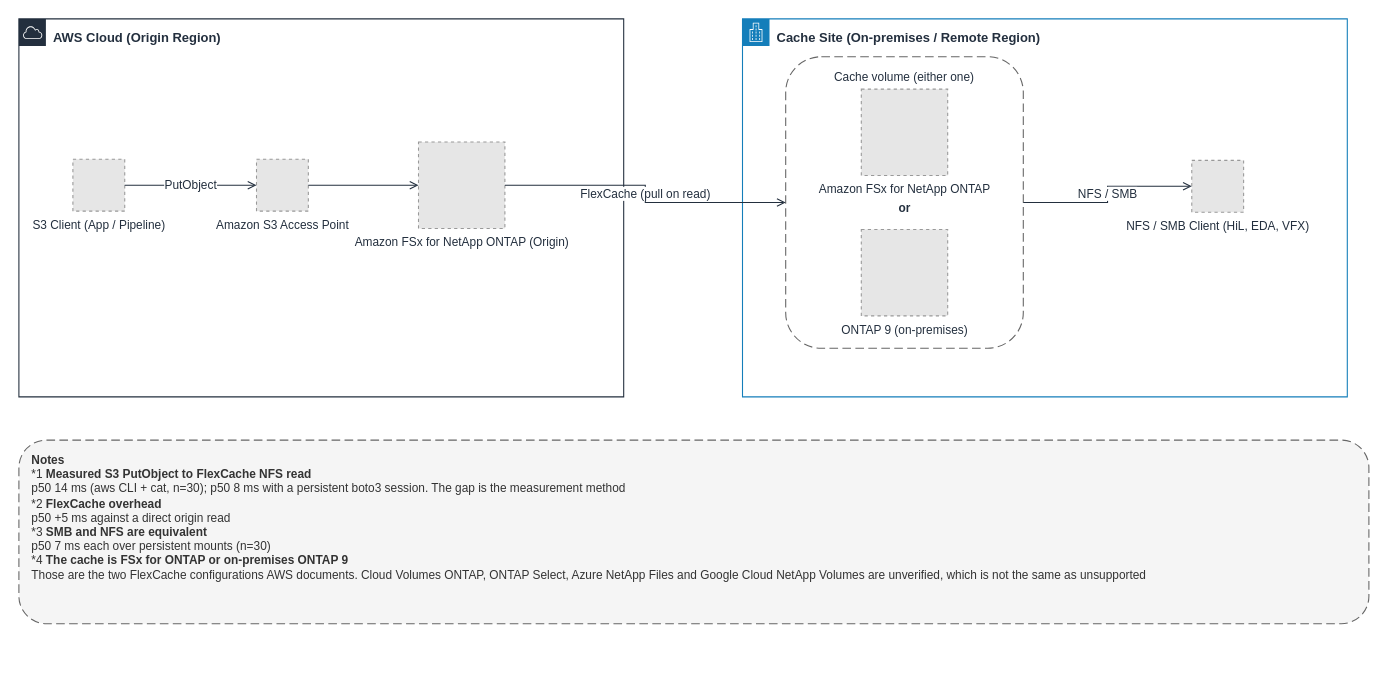
Before: docs/_assets/diagrams/s3burst-architecture-overview-en.drawio in Yoshiki0705/S3-Burst-on-ONTAP-Files, a draw.io diagram. Source tidied: cells renumbered, new cells numbered last; positions are measured from the earlier drawing's top-left corner, leaving out a move shared by most shapes. Both pictures are drawn from the tidied source at 108%, with x=0, y=0 at pixel (18, 18). Pictures stored in the file or linked from it are replaced by grey dashed boxes.
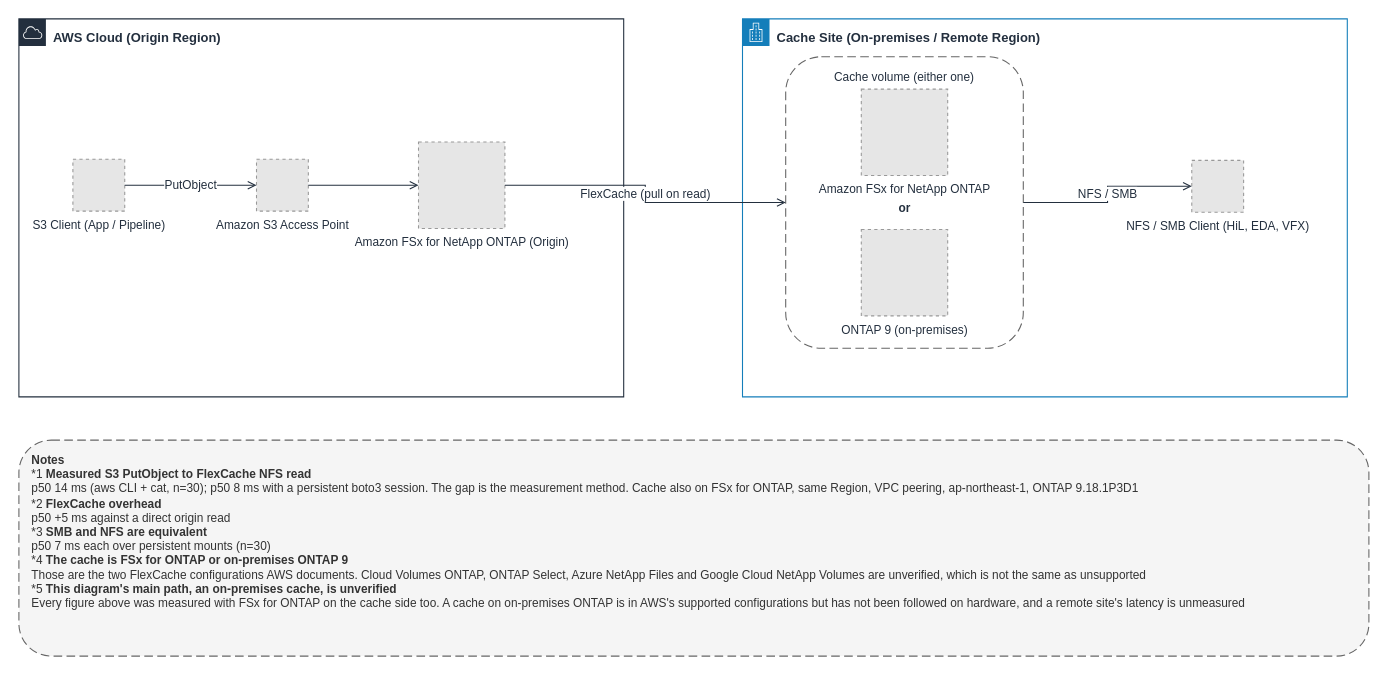
The same diagram, later.

Commit message (it also covers changes not shown here):
fix(diagrams): say in the figure that its main path is unverified

Change to the diagram source:
```diff
@@
 <mxGraphModel>
   <root>
     <mxCell id="0" />
     <mxCell id="1" parent="0" />
     <mxCell id="2" value="AWS Cloud (Origin Region)" style="gradientColor=none;html=1;whiteSpace=wrap;fontSize=12;fontStyle=1;fontColor=#232F3E;shape=mxgraph.aws4.group;grIcon=mxgraph.aws4.group_aws_cloud;strokeColor=#232F3E;fillColor=none;verticalAlign=top;align=left;spacingLeft=30;spacingTop=4;dashed=0;" parent="1" vertex="1">
       <mxGeometry width="560" height="350" as="geometry" />
     </mxCell>
     <mxCell id="3" value="Cache Site (On-premises / Remote Region)" style="gradientColor=none;html=1;whiteSpace=wrap;fontSize=12;fontStyle=1;fontColor=#232F3E;shape=mxgraph.aws4.group;grIcon=mxgraph.aws4.group_corporate_data_center;strokeColor=#147EBA;fillColor=none;verticalAlign=top;align=left;spacingLeft=30;spacingTop=4;dashed=0;" parent="1" vertex="1">
       <mxGeometry x="670" width="560" height="350" as="geometry" />
     </mxCell>
     <mxCell id="4" value="Cache volume (either one)" style="rounded=1;whiteSpace=wrap;html=1;dashed=1;dashPattern=8 4;strokeColor=#666666;fillColor=none;fontColor=#232F3E;fontSize=11;verticalAlign=top;align=center;spacingTop=6;" parent="1" vertex="1">
       <mxGeometry x="710" y="35" width="220" height="270" as="geometry" />
     </mxCell>
     <mxCell id="5" value="or" style="text;html=1;strokeColor=none;fillColor=none;align=center;verticalAlign=middle;fontSize=11;fontStyle=1;fontColor=#232F3E;" parent="1" vertex="1">
       <mxGeometry x="770" y="165" width="100" height="20" as="geometry" />
     </mxCell>
     <mxCell id="6" value="S3 Client (App / Pipeline)" style="fillColor=#E6E6E6;strokeColor=#999999;dashed=1;html=1;verticalLabelPosition=bottom;verticalAlign=top;labelPosition=center;align=center;fontSize=11;fontColor=#232F3E;" parent="1" vertex="1">
       <mxGeometry x="50" y="130" width="48" height="48" as="geometry" />
     </mxCell>
     <mxCell id="7" value="Amazon S3 Access Point" style="fillColor=#E6E6E6;strokeColor=#999999;dashed=1;html=1;verticalLabelPosition=bottom;verticalAlign=top;labelPosition=center;align=center;fontSize=11;fontColor=#232F3E;" parent="1" vertex="1">
       <mxGeometry x="220" y="130" width="48" height="48" as="geometry" />
     </mxCell>
     <mxCell id="8" value="Amazon FSx for NetApp ONTAP (Origin)" style="fillColor=#E6E6E6;strokeColor=#999999;dashed=1;html=1;verticalLabelPosition=bottom;verticalAlign=top;labelPosition=center;align=center;fontSize=11;fontColor=#232F3E;" parent="1" vertex="1">
       <mxGeometry x="370" y="114" width="80" height="80" as="geometry" />
     </mxCell>
     <mxCell id="9" value="Amazon FSx for NetApp ONTAP" style="fillColor=#E6E6E6;strokeColor=#999999;dashed=1;html=1;verticalLabelPosition=bottom;verticalAlign=top;labelPosition=center;align=center;fontSize=11;fontColor=#232F3E;" parent="1" vertex="1">
       <mxGeometry x="780" y="65" width="80" height="80" as="geometry" />
     </mxCell>
     <mxCell id="10" value="ONTAP 9 (on-premises)" style="fillColor=#E6E6E6;strokeColor=#999999;dashed=1;html=1;verticalLabelPosition=bottom;verticalAlign=top;labelPosition=center;align=center;fontSize=11;fontColor=#232F3E;" parent="1" vertex="1">
       <mxGeometry x="780" y="195" width="80" height="80" as="geometry" />
     </mxCell>
     <mxCell id="11" value="NFS / SMB Client (HiL, EDA, VFX)" style="fillColor=#E6E6E6;strokeColor=#999999;dashed=1;html=1;verticalLabelPosition=bottom;verticalAlign=top;labelPosition=center;align=center;fontSize=11;fontColor=#232F3E;" parent="1" vertex="1">
       <mxGeometry x="1086" y="131" width="48" height="48" as="geometry" />
     </mxCell>
     <mxCell id="12" value="PutObject" style="edgeStyle=orthogonalEdgeStyle;rounded=0;html=1;endArrow=open;endFill=0;strokeColor=#232F3E;strokeWidth=1;fontSize=11;fontColor=#232F3E;" parent="1" edge="1" source="6" target="7">
       <mxGeometry relative="1" as="geometry" />
     </mxCell>
     <mxCell id="13" style="edgeStyle=orthogonalEdgeStyle;rounded=0;html=1;endArrow=open;endFill=0;strokeColor=#232F3E;strokeWidth=1;fontSize=11;fontColor=#232F3E;" parent="1" edge="1" source="7" target="8">
       <mxGeometry relative="1" as="geometry" />
     </mxCell>
     <mxCell id="14" value="FlexCache (pull on read)" style="edgeStyle=orthogonalEdgeStyle;rounded=0;html=1;endArrow=open;endFill=0;strokeColor=#232F3E;strokeWidth=1;fontSize=11;fontColor=#232F3E;" parent="1" edge="1" source="8" target="4">
       <mxGeometry relative="1" as="geometry" />
     </mxCell>
     <mxCell id="15" value="NFS / SMB" style="edgeStyle=orthogonalEdgeStyle;rounded=0;html=1;endArrow=open;endFill=0;strokeColor=#232F3E;strokeWidth=1;fontSize=11;fontColor=#232F3E;" parent="1" edge="1" source="4" target="11">
       <mxGeometry relative="1" as="geometry" />
     </mxCell>
-    <mxCell id="16" value="&lt;b&gt;Notes&lt;/b&gt;&lt;br&gt;*1 &lt;b&gt;Measured S3 PutObject to FlexCache NFS read&lt;/b&gt;&lt;br&gt;p50 14 ms (aws CLI + cat, n=30); p50 8 ms with a persistent boto3 session. The gap is the measurement method&lt;br&gt;*2 &lt;b&gt;FlexCache overhead&lt;/b&gt;&lt;br&gt;p50 +5 ms against a direct origin read&lt;br&gt;*3 &lt;b&gt;SMB and NFS are equivalent&lt;/b&gt;&lt;br&gt;p50 7 ms each over persistent mounts (n=30)&lt;br&gt;*4 &lt;b&gt;The cache is FSx for ONTAP or on-premises ONTAP 9&lt;/b&gt;&lt;br&gt;Those are the two FlexCache configurations AWS documents. Cloud Volumes ONTAP, ONTAP Select, Azure NetApp Files and Google Cloud NetApp Volumes are unverified, which is not the same as unsupported" style="rounded=1;whiteSpace=wrap;html=1;dashed=1;dashPattern=8 4;strokeColor=#666666;fillColor=#F5F5F5;fontColor=#333333;fontSize=11;align=left;verticalAlign=top;spacingLeft=10;spacingTop=6;" parent="1" vertex="1">
-      <mxGeometry y="390" width="1250" height="170" as="geometry" />
+    <mxCell id="16" value="&lt;b&gt;Notes&lt;/b&gt;&lt;br&gt;*1 &lt;b&gt;Measured S3 PutObject to FlexCache NFS read&lt;/b&gt;&lt;br&gt;p50 14 ms (aws CLI + cat, n=30); p50 8 ms with a persistent boto3 session. The gap is the measurement method. Cache also on FSx for ONTAP, same Region, VPC peering, ap-northeast-1, ONTAP 9.18.1P3D1&lt;br&gt;*2 &lt;b&gt;FlexCache overhead&lt;/b&gt;&lt;br&gt;p50 +5 ms against a direct origin read&lt;br&gt;*3 &lt;b&gt;SMB and NFS are equivalent&lt;/b&gt;&lt;br&gt;p50 7 ms each over persistent mounts (n=30)&lt;br&gt;*4 &lt;b&gt;The cache is FSx for ONTAP or on-premises ONTAP 9&lt;/b&gt;&lt;br&gt;Those are the two FlexCache configurations AWS documents. Cloud Volumes ONTAP, ONTAP Select, Azure NetApp Files and Google Cloud NetApp Volumes are unverified, which is not the same as unsupported&lt;br&gt;*5 &lt;b&gt;This diagram's main path, an on-premises cache, is unverified&lt;/b&gt;&lt;br&gt;Every figure above was measured with FSx for ONTAP on the cache side too. A cache on on-premises ONTAP is in AWS's supported configurations but has not been followed on hardware, and a remote site's latency is unmeasured" style="rounded=1;whiteSpace=wrap;html=1;dashed=1;dashPattern=8 4;strokeColor=#666666;fillColor=#F5F5F5;fontColor=#333333;fontSize=11;align=left;verticalAlign=top;spacingLeft=10;spacingTop=6;" parent="1" vertex="1">
+      <mxGeometry y="390" width="1250" height="200" as="geometry" />
     </mxCell>
   </root>
 </mxGraphModel>
```
